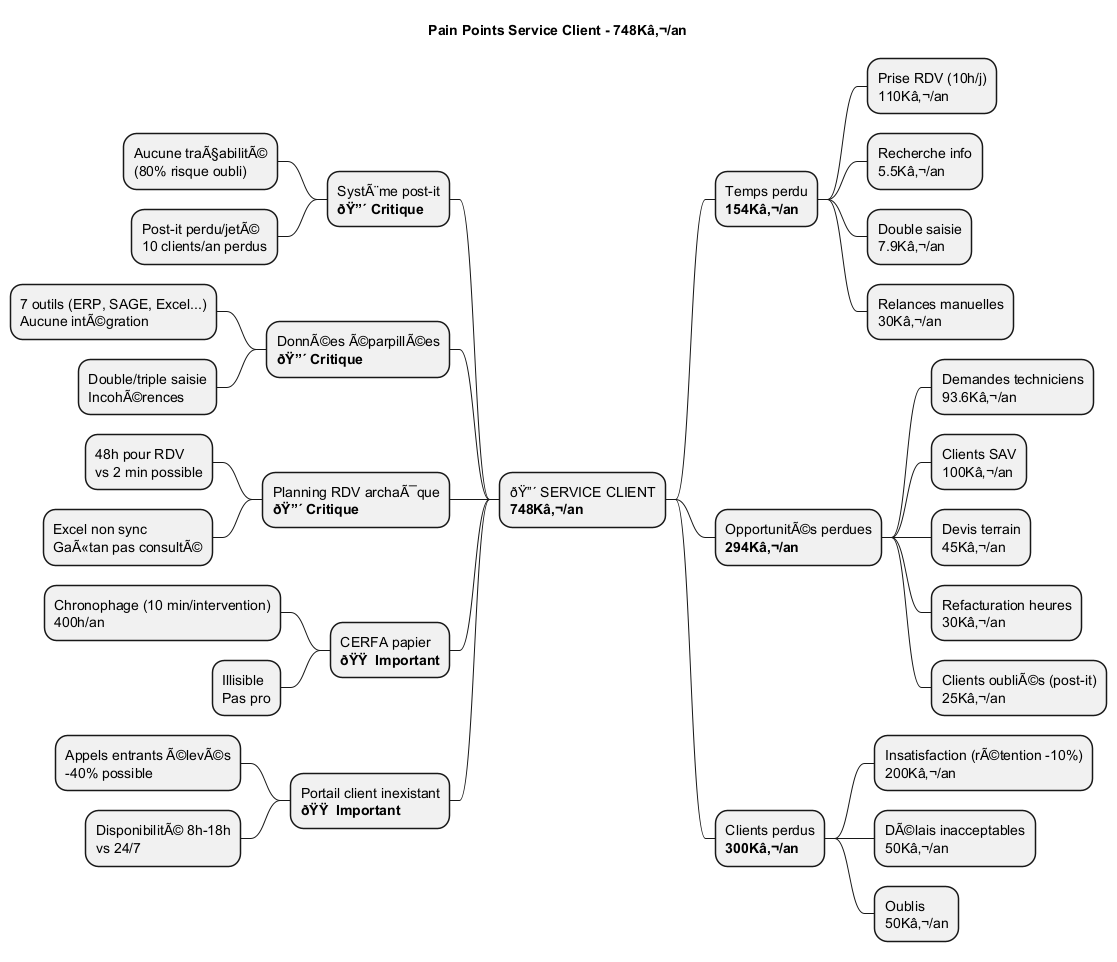
Before: Service-Client/uml/Pain_Points_Service_Client.png, a diagram exported from PlantUML (JordanSerafini/Audit_Duret). Source of this version:
```plantuml
@startmindmap Pain_Points_Service_Client

title Pain Points Service Client - 748Kâ‚¬/an

* ðŸ”´ SERVICE CLIENT\n**748Kâ‚¬/an**
** Temps perdu\n**154Kâ‚¬/an**
*** Prise RDV (10h/j)\n110Kâ‚¬/an
*** Recherche info\n5.5Kâ‚¬/an
*** Double saisie\n7.9Kâ‚¬/an
*** Relances manuelles\n30Kâ‚¬/an

** OpportunitÃ©s perdues\n**294Kâ‚¬/an**
*** Demandes techniciens\n93.6Kâ‚¬/an
*** Clients SAV\n100Kâ‚¬/an
*** Devis terrain\n45Kâ‚¬/an
*** Refacturation heures\n30Kâ‚¬/an
*** Clients oubliÃ©s (post-it)\n25Kâ‚¬/an

** Clients perdus\n**300Kâ‚¬/an**
*** Insatisfaction (rÃ©tention -10%)\n200Kâ‚¬/an
*** DÃ©lais inacceptables\n50Kâ‚¬/an
*** Oublis\n50Kâ‚¬/an

left side

** SystÃ¨me post-it\n**ðŸ”´ Critique**
*** Aucune traÃ§abilitÃ©\n(80% risque oubli)
*** Post-it perdu/jetÃ©\n10 clients/an perdus

** DonnÃ©es Ã©parpillÃ©es\n**ðŸ”´ Critique**
*** 7 outils (ERP, SAGE, Excel...)\nAucune intÃ©gration
*** Double/triple saisie\nIncohÃ©rences

** Planning RDV archaÃ¯que\n**ðŸ”´ Critique**
*** 48h pour RDV\nvs 2 min possible
*** Excel non sync\nGaÃ«tan pas consultÃ©

** CERFA papier\n**ðŸŸ  Important**
*** Chronophage (10 min/intervention)\n400h/an
*** Illisible\nPas pro

** Portail client inexistant\n**ðŸŸ  Important**
*** Appels entrants Ã©levÃ©s\n-40% possible
*** DisponibilitÃ© 8h-18h\nvs 24/7

@endmindmap
```
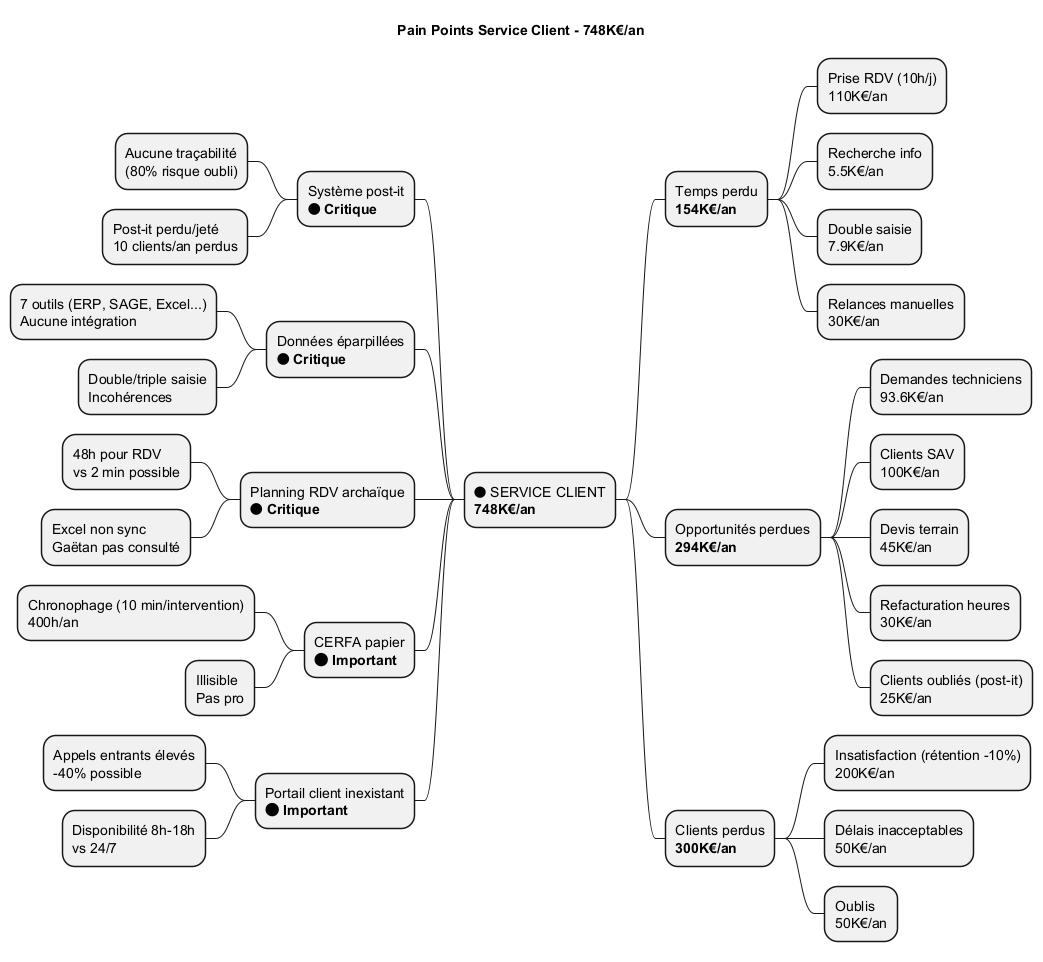
Above is the later version.

Change to the diagram source:
```diff
@@ -1,46 +1,46 @@
 @startmindmap Pain_Points_Service_Client
 
-title Pain Points Service Client - 748Kâ‚¬/an
+title Pain Points Service Client - 748K€/an
 
-* ðŸ”´ SERVICE CLIENT\n**748Kâ‚¬/an**
-** Temps perdu\n**154Kâ‚¬/an**
-*** Prise RDV (10h/j)\n110Kâ‚¬/an
-*** Recherche info\n5.5Kâ‚¬/an
-*** Double saisie\n7.9Kâ‚¬/an
-*** Relances manuelles\n30Kâ‚¬/an
+* 🔴 SERVICE CLIENT\n**748K€/an**
+** Temps perdu\n**154K€/an**
+*** Prise RDV (10h/j)\n110K€/an
+*** Recherche info\n5.5K€/an
+*** Double saisie\n7.9K€/an
+*** Relances manuelles\n30K€/an
 
-** OpportunitÃ©s perdues\n**294Kâ‚¬/an**
-*** Demandes techniciens\n93.6Kâ‚¬/an
-*** Clients SAV\n100Kâ‚¬/an
-*** Devis terrain\n45Kâ‚¬/an
-*** Refacturation heures\n30Kâ‚¬/an
-*** Clients oubliÃ©s (post-it)\n25Kâ‚¬/an
+** Opportunités perdues\n**294K€/an**
+*** Demandes techniciens\n93.6K€/an
+*** Clients SAV\n100K€/an
+*** Devis terrain\n45K€/an
+*** Refacturation heures\n30K€/an
+*** Clients oubliés (post-it)\n25K€/an
 
-** Clients perdus\n**300Kâ‚¬/an**
-*** Insatisfaction (rÃ©tention -10%)\n200Kâ‚¬/an
-*** DÃ©lais inacceptables\n50Kâ‚¬/an
-*** Oublis\n50Kâ‚¬/an
+** Clients perdus\n**300K€/an**
+*** Insatisfaction (rétention -10%)\n200K€/an
+*** Délais inacceptables\n50K€/an
+*** Oublis\n50K€/an
 
 left side
 
-** SystÃ¨me post-it\n**ðŸ”´ Critique**
-*** Aucune traÃ§abilitÃ©\n(80% risque oubli)
-*** Post-it perdu/jetÃ©\n10 clients/an perdus
+** Système post-it\n**🔴 Critique**
+*** Aucune traçabilité\n(80% risque oubli)
+*** Post-it perdu/jeté\n10 clients/an perdus
 
-** DonnÃ©es Ã©parpillÃ©es\n**ðŸ”´ Critique**
-*** 7 outils (ERP, SAGE, Excel...)\nAucune intÃ©gration
-*** Double/triple saisie\nIncohÃ©rences
+** Données éparpillées\n**🔴 Critique**
+*** 7 outils (ERP, SAGE, Excel...)\nAucune intégration
+*** Double/triple saisie\nIncohérences
 
-** Planning RDV archaÃ¯que\n**ðŸ”´ Critique**
+** Planning RDV archaïque\n**🔴 Critique**
 *** 48h pour RDV\nvs 2 min possible
-*** Excel non sync\nGaÃ«tan pas consultÃ©
+*** Excel non sync\nGaëtan pas consulté
 
-** CERFA papier\n**ðŸŸ  Important**
+** CERFA papier\n**🟠 Important**
 *** Chronophage (10 min/intervention)\n400h/an
 *** Illisible\nPas pro
 
-** Portail client inexistant\n**ðŸŸ  Important**
-*** Appels entrants Ã©levÃ©s\n-40% possible
-*** DisponibilitÃ© 8h-18h\nvs 24/7
+** Portail client inexistant\n**🟠 Important**
+*** Appels entrants élevés\n-40% possible
+*** Disponibilité 8h-18h\nvs 24/7
 
 @endmindmap
```
